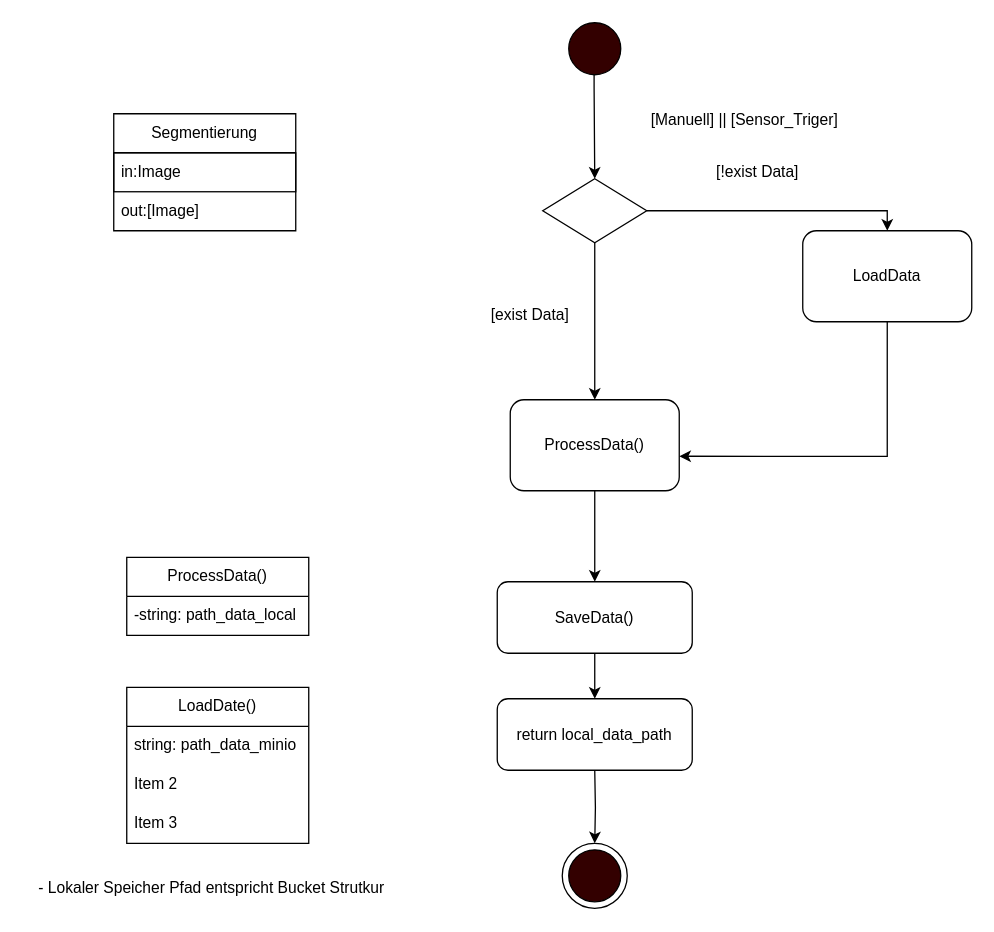
This is page "Segmetierung" (2 of 10) of Segmentierung.drawio from aquamas/diagrams, a draw.io file, before an edit. Source tidied: cells renumbered, new cells numbered last; positions are measured from the earlier drawing's top-left corner, leaving out a move shared by most shapes. Both pictures are drawn from the tidied source at 130%, with x=0, y=0 at pixel (22, 22).
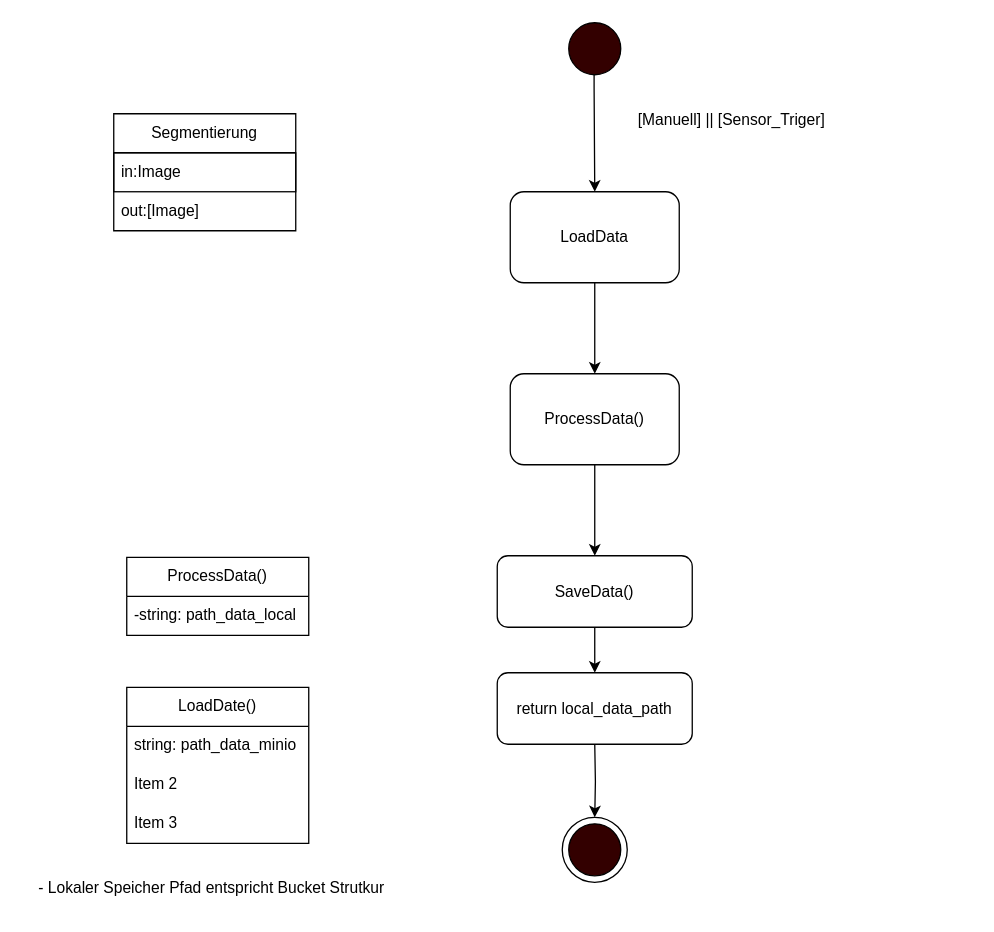
The same diagram, later.

Change to the diagram source:
```diff
@@
-    <mxCell id="3" style="endArrow=classic;html=1;rounded=0;" parent="1" edge="1">
+    <mxCell id="3" style="endArrow=classic;html=1;rounded=0;entryX=0.5;entryY=0;entryDx=0;entryDy=0;" parent="1" edge="1" target="15">
       <mxGeometry relative="1" as="geometry">
         <mxPoint x="439.5" y="40" as="sourcePoint" />
-        <mxPoint x="440" y="120" as="targetPoint" />
         <Array as="points">
           <mxPoint x="439.5" y="50" />
         </Array>
       </mxGeometry>
     </mxCell>
-    <mxCell id="4" value="[exist Data]" style="text;html=1;align=center;verticalAlign=middle;strokeColor=none;fillColor=none;" parent="1" vertex="1">
-      <mxGeometry x="350" y="210" width="80" height="30" as="geometry" />
-    </mxCell>
     <mxCell id="5" style="edgeStyle=orthogonalEdgeStyle;rounded=0;jettySize=auto;html=1;exitX=0.5;exitY=1;exitDx=0;exitDy=0;entryX=0.5;entryY=0;entryDx=0;entryDy=0;" parent="1" edge="1" target="7">
       <mxGeometry relative="1" as="geometry">
-        <mxPoint x="440" y="575" as="sourcePoint" />
+        <mxPoint x="440" y="555" as="sourcePoint" />
       </mxGeometry>
     </mxCell>
     <mxCell id="6" style="ellipse;whiteSpace=wrap;html=1;fillStyle=solid;fillColor=#330000;" parent="1" vertex="1">
-      <mxGeometry x="420" y="636.2" width="40" height="40" as="geometry" />
+      <mxGeometry x="420" y="616.2" width="40" height="40" as="geometry" />
     </mxCell>
     <mxCell id="7" style="ellipse;whiteSpace=wrap;html=1;fillColor=none;" parent="1" vertex="1">
-      <mxGeometry x="415" y="631.2" width="50" height="50" as="geometry" />
+      <mxGeometry x="415" y="611.2" width="50" height="50" as="geometry" />
     </mxCell>
     <mxCell id="8" value="[Manuell] || [Sensor_Triger]" style="text;html=1;align=center;verticalAlign=middle;strokeColor=none;fillColor=none;" parent="1" vertex="1">
-      <mxGeometry x="470" y="60" width="170" height="30" as="geometry" />
+      <mxGeometry x="460" y="60" width="170" height="30" as="geometry" />
     </mxCell>
-    <mxCell id="9" style="edgeStyle=orthogonalEdgeStyle;rounded=0;jettySize=auto;html=1;exitX=1;exitY=0.5;exitDx=0;exitDy=0;entryX=0.5;entryY=0;entryDx=0;entryDy=0;" parent="1" edge="1" source="11" target="15">
-      <mxGeometry relative="1" as="geometry">
-        <Array as="points">
-          <mxPoint x="665" y="145" />
-        </Array>
-      </mxGeometry>
-    </mxCell>
-    <mxCell id="10" style="edgeStyle=orthogonalEdgeStyle;rounded=0;jettySize=auto;html=1;exitX=0.5;exitY=1;exitDx=0;exitDy=0;entryX=0.5;entryY=0;entryDx=0;entryDy=0;" parent="1" edge="1" source="11" target="22">
-      <mxGeometry relative="1" as="geometry" />
-    </mxCell>
-    <mxCell id="11" style="rhombus;whiteSpace=wrap;html=1;fillColor=none;" parent="1" vertex="1">
-      <mxGeometry x="400" y="120" width="80" height="49.2" as="geometry" />
-    </mxCell>
-    <mxCell id="12" value="[!exist Data]" style="text;html=1;align=center;verticalAlign=middle;strokeColor=none;fillColor=none;" parent="1" vertex="1">
-      <mxGeometry x="520" y="100" width="90" height="30" as="geometry" />
-    </mxCell>
@@
+    <mxCell id="23" style="edgeStyle=orthogonalEdgeStyle;rounded=0;jettySize=auto;html=1;" parent="1" edge="1" source="15" target="22">
+      <mxGeometry relative="1" as="geometry" />
+    </mxCell>
     <mxCell id="15" value="LoadData" style="rounded=1;whiteSpace=wrap;html=1;fillStyle=auto;align=center;" parent="1" vertex="1">
-      <mxGeometry x="600" y="160" width="130" height="70" as="geometry" />
+      <mxGeometry x="375" y="130" width="130" height="70" as="geometry" />
     </mxCell>
@@
     <mxCell id="22" value="ProcessData()" style="rounded=1;whiteSpace=wrap;html=1;fillStyle=auto;align=center;" parent="1" vertex="1">
-      <mxGeometry x="375" y="290" width="130" height="70" as="geometry" />
+      <mxGeometry x="375" y="270" width="130" height="70" as="geometry" />
     </mxCell>
-    <mxCell id="23" style="edgeStyle=orthogonalEdgeStyle;rounded=0;jettySize=auto;html=1;exitX=0.5;exitY=1;exitDx=0;exitDy=0;entryX=1;entryY=0.621;entryDx=0;entryDy=0;entryPerimeter=0;" parent="1" edge="1" source="15" target="22">
-      <mxGeometry relative="1" as="geometry" />
-    </mxCell>
@@
     <mxCell id="25" value="SaveData()" style="rounded=1;whiteSpace=wrap;html=1;fillStyle=auto;align=center;" parent="1" vertex="1">
-      <mxGeometry x="365" y="430" width="150" height="55" as="geometry" />
+      <mxGeometry x="365" y="410" width="150" height="55" as="geometry" />
     </mxCell>
     <mxCell id="26" value="return local_data_path" style="rounded=1;whiteSpace=wrap;html=1;fillStyle=auto;align=center;" parent="1" vertex="1">
-      <mxGeometry x="365" y="520" width="150" height="55" as="geometry" />
+      <mxGeometry x="365" y="500" width="150" height="55" as="geometry" />
     </mxCell>
```
